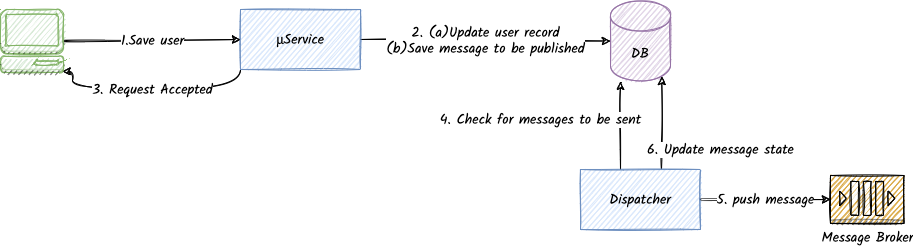
Above: assets/diagrams/outbox/outbox-Outbox Pattern.drawio.png in pkritiotis/pkritiotis.github.io (draw.io), before the change. Source tidied: cells renumbered, new cells last; positions are measured from the earlier drawing's top-left corner, leaving out a move shared by most shapes. Its diagram source:
```xml
<mxGraphModel>
  <root>
    <mxCell id="0" />
    <mxCell id="1" parent="0" />
    <mxCell id="2" value="2. (a)Update user record&lt;br&gt;(b)Save message to be published" style="edgeStyle=orthogonalEdgeStyle;jettySize=auto;html=1;curved=1;sketch=1;fontFamily=Kalam;fontSize=14;" parent="1" edge="1" source="4" target="5">
      <mxGeometry relative="1" as="geometry" />
    </mxCell>
    <mxCell id="3" value="3. Request Accepted" style="edgeStyle=orthogonalEdgeStyle;curved=1;sketch=1;jettySize=auto;html=1;entryX=0.98;entryY=0.98;entryDx=0;entryDy=0;entryPerimeter=0;fontFamily=Kalam;fontSize=14;exitX=0;exitY=1;exitDx=0;exitDy=0;fillColor=#d5e8d4;strokeColor=#000000;fontColor=#000000;" parent="1" edge="1" source="4" target="8">
      <mxGeometry relative="1" as="geometry">
        <Array as="points">
          <mxPoint x="240" y="88" />
          <mxPoint x="72" y="88" />
        </Array>
      </mxGeometry>
    </mxCell>
    <mxCell id="4" value="μService" style="rounded=0;whiteSpace=wrap;html=1;sketch=1;fillColor=#dae8fc;strokeColor=#6c8ebf;fontFamily=Kalam;fontSize=14;" parent="1" vertex="1">
      <mxGeometry x="240" y="8" width="120" height="60" as="geometry" />
    </mxCell>
    <mxCell id="5" value="DB" style="shape=cylinder3;whiteSpace=wrap;html=1;boundedLbl=1;backgroundOutline=1;size=15;sketch=1;fillColor=#e1d5e7;strokeColor=#9673a6;fontFamily=Kalam;fontSize=14;" parent="1" vertex="1">
      <mxGeometry x="610" y="-0.5" width="60" height="80" as="geometry" />
    </mxCell>
    <mxCell id="6" value="1.Save user" style="endArrow=classic;html=1;entryX=0;entryY=0.5;entryDx=0;entryDy=0;curved=1;sketch=1;fontFamily=Kalam;fontSize=14;exitX=1;exitY=0.5;exitDx=0;exitDy=0;exitPerimeter=0;" parent="1" edge="1" source="8" target="4">
      <mxGeometry relative="1" as="geometry" />
    </mxCell>
    <mxCell id="7" value="Message Broker" style="outlineConnect=0;dashed=0;verticalLabelPosition=bottom;verticalAlign=top;align=center;html=1;shape=mxgraph.aws3.queue;fillColor=#D9A741;gradientColor=none;sketch=1;fontFamily=Kalam;fontSize=14;" parent="1" vertex="1">
      <mxGeometry x="830" y="174" width="73.5" height="48" as="geometry" />
    </mxCell>
    <mxCell id="8" style="outlineConnect=0;dashed=0;verticalLabelPosition=bottom;verticalAlign=top;align=center;html=1;shape=mxgraph.aws3.management_console;fillColor=#d5e8d4;fontFamily=Kalam;fontSize=14;sketch=1;strokeColor=#82b366;" parent="1" vertex="1">
      <mxGeometry y="8" width="63" height="63" as="geometry" />
    </mxCell>
    <mxCell id="9" value="4. Check for messages to be sent" style="edgeStyle=orthogonalEdgeStyle;curved=1;sketch=1;jettySize=auto;html=1;fontFamily=Kalam;fontSize=14;fontColor=#000000;strokeColor=#000000;" parent="1" edge="1" source="12">
      <mxGeometry x="0.14" y="80" relative="1" as="geometry">
        <mxPoint x="620" y="80" as="targetPoint" />
        <Array as="points">
          <mxPoint x="620" y="108" />
          <mxPoint x="620" y="108" />
        </Array>
      </mxGeometry>
    </mxCell>
    <mxCell id="10" value="5. push message" style="edgeStyle=orthogonalEdgeStyle;curved=1;sketch=1;jettySize=auto;html=1;entryX=0;entryY=0.5;entryDx=0;entryDy=0;entryPerimeter=0;fontFamily=Kalam;fontSize=14;fontColor=#000000;strokeColor=#000000;" parent="1" edge="1" source="12" target="7">
      <mxGeometry relative="1" as="geometry" />
    </mxCell>
    <mxCell id="11" value="6. Update message state" style="edgeStyle=orthogonalEdgeStyle;curved=1;sketch=1;jettySize=auto;html=1;entryX=0.855;entryY=1;entryDx=0;entryDy=-4.35;entryPerimeter=0;fontFamily=Kalam;fontSize=14;fontColor=#000000;strokeColor=#000000;" parent="1" edge="1" source="12" target="5">
      <mxGeometry x="-0.56" y="-59" relative="1" as="geometry">
        <Array as="points">
          <mxPoint x="661" y="148" />
          <mxPoint x="661" y="148" />
        </Array>
      </mxGeometry>
    </mxCell>
    <mxCell id="12" value="Dispatcher" style="rounded=0;whiteSpace=wrap;html=1;sketch=1;fontFamily=Kalam;fontSize=14;fillColor=#dae8fc;strokeColor=#6c8ebf;" parent="1" vertex="1">
      <mxGeometry x="580" y="168" width="120" height="60" as="geometry" />
    </mxCell>
  </root>
</mxGraphModel>
```
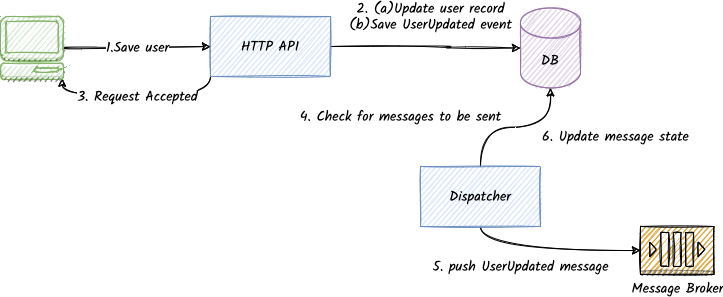
Later version of the same file.

Commit message:
Finalized initial content before proofread, added diagrams

What changed in the source:
```diff
@@ -2,54 +2,50 @@
   <root>
     <mxCell id="0" />
     <mxCell id="1" parent="0" />
-    <mxCell id="2" value="2. (a)Update user record&lt;br&gt;(b)Save message to be published" style="edgeStyle=orthogonalEdgeStyle;jettySize=auto;html=1;curved=1;sketch=1;fontFamily=Kalam;fontSize=14;" parent="1" edge="1" source="4" target="5">
-      <mxGeometry relative="1" as="geometry" />
+    <mxCell id="2" value="2. (a)Update user record&lt;br&gt;(b)Save UserUpdated event" style="edgeStyle=orthogonalEdgeStyle;jettySize=auto;html=1;curved=1;sketch=1;fontFamily=Kalam;fontSize=14;entryX=0;entryY=0.5;entryDx=0;entryDy=0;entryPerimeter=0;" parent="1" edge="1" source="4" target="5">
+      <mxGeometry x="0.04" y="30" relative="1" as="geometry">
+        <Array as="points">
+          <mxPoint x="480" y="38" />
+          <mxPoint x="480" y="40" />
+        </Array>
+      </mxGeometry>
     </mxCell>
     <mxCell id="3" value="3. Request Accepted" style="edgeStyle=orthogonalEdgeStyle;curved=1;sketch=1;jettySize=auto;html=1;entryX=0.98;entryY=0.98;entryDx=0;entryDy=0;entryPerimeter=0;fontFamily=Kalam;fontSize=14;exitX=0;exitY=1;exitDx=0;exitDy=0;fillColor=#d5e8d4;strokeColor=#000000;fontColor=#000000;" parent="1" edge="1" source="4" target="8">
       <mxGeometry relative="1" as="geometry">
         <Array as="points">
           <mxPoint x="240" y="88" />
-          <mxPoint x="72" y="88" />
+          <mxPoint x="92" y="88" />
         </Array>
       </mxGeometry>
     </mxCell>
-    <mxCell id="4" value="μService" style="rounded=0;whiteSpace=wrap;html=1;sketch=1;fillColor=#dae8fc;strokeColor=#6c8ebf;fontFamily=Kalam;fontSize=14;" parent="1" vertex="1">
+    <mxCell id="4" value="HTTP API" style="rounded=0;whiteSpace=wrap;html=1;sketch=1;fillColor=#dae8fc;strokeColor=#6c8ebf;fontFamily=Kalam;fontSize=14;" parent="1" vertex="1">
       <mxGeometry x="240" y="8" width="120" height="60" as="geometry" />
     </mxCell>
     <mxCell id="5" value="DB" style="shape=cylinder3;whiteSpace=wrap;html=1;boundedLbl=1;backgroundOutline=1;size=15;sketch=1;fillColor=#e1d5e7;strokeColor=#9673a6;fontFamily=Kalam;fontSize=14;" parent="1" vertex="1">
-      <mxGeometry x="610" y="-0.5" width="60" height="80" as="geometry" />
+      <mxGeometry x="550" y="-0.5" width="60" height="80" as="geometry" />
     </mxCell>
     <mxCell id="6" value="1.Save user" style="endArrow=classic;html=1;entryX=0;entryY=0.5;entryDx=0;entryDy=0;curved=1;sketch=1;fontFamily=Kalam;fontSize=14;exitX=1;exitY=0.5;exitDx=0;exitDy=0;exitPerimeter=0;" parent="1" edge="1" source="8" target="4">
       <mxGeometry relative="1" as="geometry" />
     </mxCell>
     <mxCell id="7" value="Message Broker" style="outlineConnect=0;dashed=0;verticalLabelPosition=bottom;verticalAlign=top;align=center;html=1;shape=mxgraph.aws3.queue;fillColor=#D9A741;gradientColor=none;sketch=1;fontFamily=Kalam;fontSize=14;" parent="1" vertex="1">
-      <mxGeometry x="830" y="174" width="73.5" height="48" as="geometry" />
+      <mxGeometry x="670" y="218" width="73.5" height="48" as="geometry" />
     </mxCell>
     <mxCell id="8" style="outlineConnect=0;dashed=0;verticalLabelPosition=bottom;verticalAlign=top;align=center;html=1;shape=mxgraph.aws3.management_console;fillColor=#d5e8d4;fontFamily=Kalam;fontSize=14;sketch=1;strokeColor=#82b366;" parent="1" vertex="1">
-      <mxGeometry y="8" width="63" height="63" as="geometry" />
+      <mxGeometry x="30" y="8" width="63" height="63" as="geometry" />
     </mxCell>
-    <mxCell id="9" value="4. Check for messages to be sent" style="edgeStyle=orthogonalEdgeStyle;curved=1;sketch=1;jettySize=auto;html=1;fontFamily=Kalam;fontSize=14;fontColor=#000000;strokeColor=#000000;" parent="1" edge="1" source="12">
-      <mxGeometry x="0.14" y="80" relative="1" as="geometry">
-        <mxPoint x="620" y="80" as="targetPoint" />
-        <Array as="points">
-          <mxPoint x="620" y="108" />
-          <mxPoint x="620" y="108" />
-        </Array>
+    <mxCell id="9" value="4. Check for messages to be sent" style="edgeStyle=orthogonalEdgeStyle;curved=1;sketch=1;jettySize=auto;html=1;fontFamily=Kalam;fontSize=14;fontColor=#000000;strokeColor=#000000;entryX=0.5;entryY=1;entryDx=0;entryDy=0;entryPerimeter=0;exitX=0.5;exitY=0;exitDx=0;exitDy=0;" parent="1" edge="1" source="12" target="5">
+      <mxGeometry x="-0.47" y="81" relative="1" as="geometry">
+        <mxPoint x="-80" y="70" as="offset" />
       </mxGeometry>
     </mxCell>
-    <mxCell id="10" value="5. push message" style="edgeStyle=orthogonalEdgeStyle;curved=1;sketch=1;jettySize=auto;html=1;entryX=0;entryY=0.5;entryDx=0;entryDy=0;entryPerimeter=0;fontFamily=Kalam;fontSize=14;fontColor=#000000;strokeColor=#000000;" parent="1" edge="1" source="12" target="7">
-      <mxGeometry relative="1" as="geometry" />
+    <mxCell id="10" value="5. push UserUpdated message" style="edgeStyle=orthogonalEdgeStyle;curved=1;sketch=1;jettySize=auto;html=1;entryX=0;entryY=0.5;entryDx=0;entryDy=0;entryPerimeter=0;fontFamily=Kalam;fontSize=14;fontColor=#000000;strokeColor=#000000;exitX=0.5;exitY=1;exitDx=0;exitDy=0;" parent="1" edge="1" source="12" target="7">
+      <mxGeometry x="-0.3" y="-16" relative="1" as="geometry" />
     </mxCell>
+    <mxCell id="12" value="Dispatcher" style="rounded=0;whiteSpace=wrap;html=1;sketch=1;fontFamily=Kalam;fontSize=14;fillColor=#dae8fc;strokeColor=#6c8ebf;" parent="1" vertex="1">
+      <mxGeometry x="450" y="158" width="120" height="60" as="geometry" />
+    </mxCell>
-    <mxCell id="11" value="6. Update message state" style="edgeStyle=orthogonalEdgeStyle;curved=1;sketch=1;jettySize=auto;html=1;entryX=0.855;entryY=1;entryDx=0;entryDy=-4.35;entryPerimeter=0;fontFamily=Kalam;fontSize=14;fontColor=#000000;strokeColor=#000000;" parent="1" edge="1" source="12" target="5">
-      <mxGeometry x="-0.56" y="-59" relative="1" as="geometry">
-        <Array as="points">
-          <mxPoint x="661" y="148" />
-          <mxPoint x="661" y="148" />
-        </Array>
-      </mxGeometry>
+    <mxCell id="11" value="6. Update message state" style="text;html=1;align=center;verticalAlign=middle;strokeColor=none;fillColor=none;rounded=1;fontFamily=Kalam;fontSize=14;fontColor=#000000;labelBackgroundColor=rgba(255, 255, 255, 1);endArrow=classic;sketch=1;" parent="1" vertex="1">
+      <mxGeometry x="570" y="118" width="150" height="20" as="geometry" />
     </mxCell>
-    <mxCell id="12" value="Dispatcher" style="rounded=0;whiteSpace=wrap;html=1;sketch=1;fontFamily=Kalam;fontSize=14;fillColor=#dae8fc;strokeColor=#6c8ebf;" parent="1" vertex="1">
-      <mxGeometry x="580" y="168" width="120" height="60" as="geometry" />
-    </mxCell>
   </root>
 </mxGraphModel>
```
